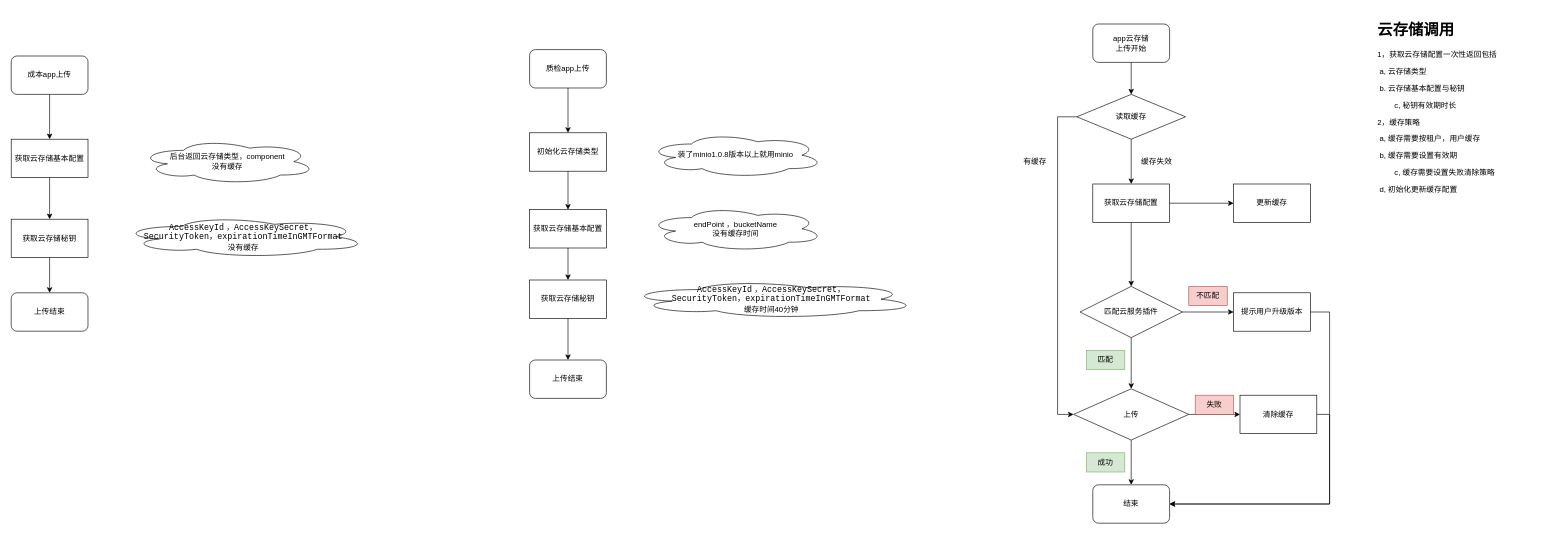
The draw.io diagram oss/Untitled Diagram.drawio in jsven/design-draw, before the edit. Source tidied: cells renumbered, new cells numbered last; positions are measured from the earlier drawing's top-left corner, leaving out a move shared by most shapes. Both pictures are drawn from the tidied source at 64%, with x=0, y=0 at pixel (11, 17).
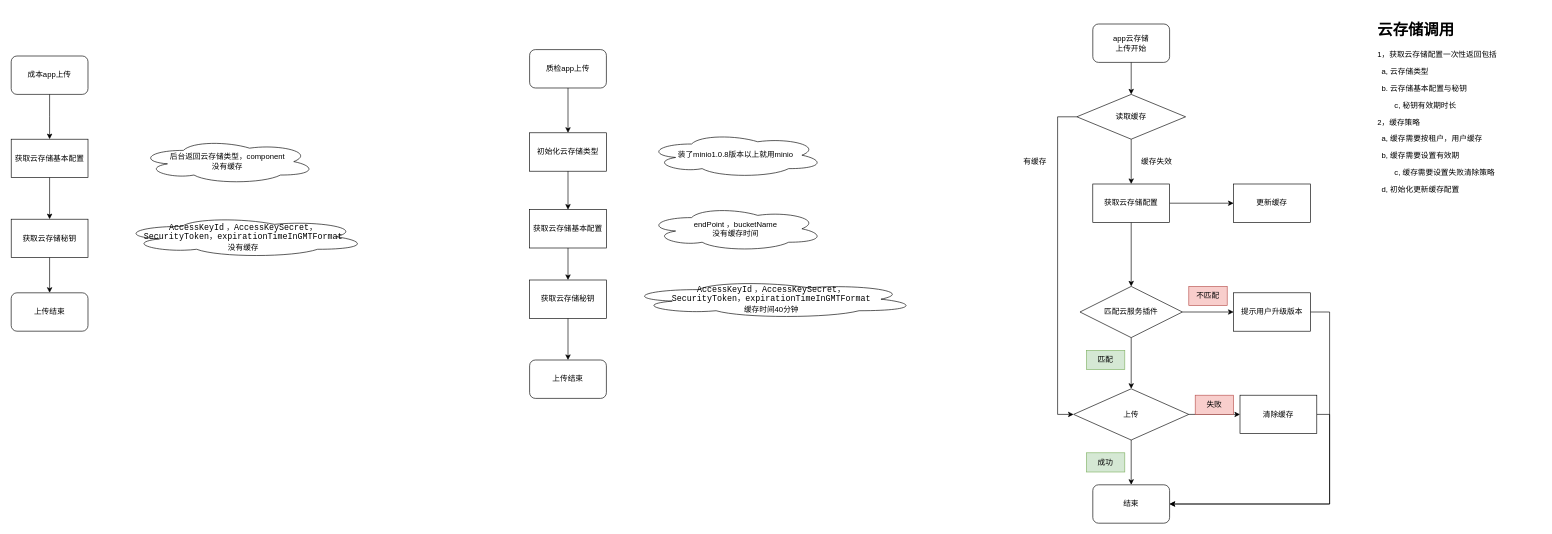
Above is the later version.

Change to the diagram source:
```diff
@@
-    <mxCell id="39" value="&lt;h1&gt;云存储调用&lt;/h1&gt;&lt;p&gt;1，获取云存储配置一次性返回包括&lt;/p&gt;&lt;p&gt;&lt;span style=&quot;white-space: pre;&quot;&gt;&lt;span style=&quot;white-space: pre;&quot;&gt; &lt;/span&gt;a, 云存储类型&lt;/span&gt;&lt;/p&gt;&lt;p&gt;&lt;span style=&quot;white-space: pre;&quot;&gt;&lt;span style=&quot;white-space: pre;&quot;&gt; &lt;/span&gt;b. 云存储基本配置与秘钥&lt;/span&gt;&lt;/p&gt;&lt;p&gt;&lt;span style=&quot;white-space: pre;&quot;&gt;        c, 秘钥有效期时长&lt;/span&gt;&lt;/p&gt;&lt;p&gt;2，缓存策略&lt;/p&gt;&lt;p&gt;&lt;span style=&quot;white-space: pre;&quot;&gt;&lt;span style=&quot;white-space: pre;&quot;&gt; &lt;/span&gt;a, 缓存需要按租户，用户缓存&lt;/span&gt;&lt;/p&gt;&lt;p&gt;&lt;span style=&quot;white-space: pre;&quot;&gt;&lt;span style=&quot;white-space: pre;&quot;&gt; &lt;/span&gt;b, 缓存需要设置有效期&lt;/span&gt;&lt;/p&gt;&lt;p&gt;&amp;nbsp; &amp;nbsp; &amp;nbsp; &amp;nbsp; c, 缓存需要设置失败清除策略&lt;span style=&quot;white-space: pre;&quot;&gt; &lt;/span&gt;&lt;br&gt;&lt;/p&gt;&lt;p&gt;&lt;span style=&quot;white-space: pre;&quot;&gt; &lt;/span&gt;d, 初始化更新缓存配置&lt;br&gt;&lt;/p&gt;&lt;p&gt;&amp;nbsp; &amp;nbsp;&amp;nbsp;&lt;/p&gt;" style="text;html=1;strokeColor=none;fillColor=none;spacing=5;spacingTop=-20;whiteSpace=wrap;overflow=hidden;rounded=0;labelBackgroundColor=none;fontColor=#000000;" parent="1" vertex="1">
+    <mxCell id="39" value="&lt;h1&gt;云存储调用&lt;/h1&gt;&lt;p&gt;1，获取云存储配置一次性返回包括&lt;/p&gt;&lt;p&gt;&lt;span style=&quot;white-space: pre;&quot;&gt;&lt;span style=&quot;white-space: pre;&quot;&gt; &lt;span style=&quot;white-space: pre;&quot;&gt; &lt;/span&gt;&lt;/span&gt;a, 云存储类型&lt;/span&gt;&lt;/p&gt;&lt;p&gt;&lt;span style=&quot;white-space: pre;&quot;&gt;&lt;span style=&quot;white-space: pre;&quot;&gt; &lt;span style=&quot;white-space: pre;&quot;&gt; &lt;/span&gt;&lt;/span&gt;b. 云存储基本配置与秘钥&lt;/span&gt;&lt;/p&gt;&lt;p&gt;&lt;span style=&quot;white-space: pre;&quot;&gt;        c, 秘钥有效期时长&lt;/span&gt;&lt;/p&gt;&lt;p&gt;2，缓存策略&lt;/p&gt;&lt;p&gt;&lt;span style=&quot;white-space: pre;&quot;&gt;&lt;span style=&quot;white-space: pre;&quot;&gt; &lt;span style=&quot;white-space: pre;&quot;&gt; &lt;/span&gt;&lt;/span&gt;a, 缓存需要按租户，用户缓存&lt;/span&gt;&lt;/p&gt;&lt;p&gt;&lt;span style=&quot;white-space: pre;&quot;&gt;&lt;span style=&quot;white-space: pre;&quot;&gt; &lt;span style=&quot;white-space: pre;&quot;&gt; &lt;/span&gt;&lt;/span&gt;b, 缓存需要设置有效期&lt;/span&gt;&lt;/p&gt;&lt;p&gt;&amp;nbsp; &amp;nbsp; &amp;nbsp; &amp;nbsp; c, 缓存需要设置失败清除策略&lt;span style=&quot;white-space: pre;&quot;&gt; &lt;/span&gt;&lt;br&gt;&lt;/p&gt;&lt;p&gt;&lt;span style=&quot;white-space: pre;&quot;&gt; &lt;span style=&quot;white-space: pre;&quot;&gt; &lt;/span&gt;&lt;/span&gt;d, 初始化更新缓存配置&lt;br&gt;&lt;/p&gt;&lt;p&gt;&amp;nbsp; &amp;nbsp;&amp;nbsp;&lt;/p&gt;" style="text;html=1;strokeColor=none;fillColor=none;spacing=5;spacingTop=-20;whiteSpace=wrap;overflow=hidden;rounded=0;labelBackgroundColor=none;fontColor=#000000;" parent="1" vertex="1">
       <mxGeometry x="2130" width="260" height="290" as="geometry" />
     </mxCell>
```
